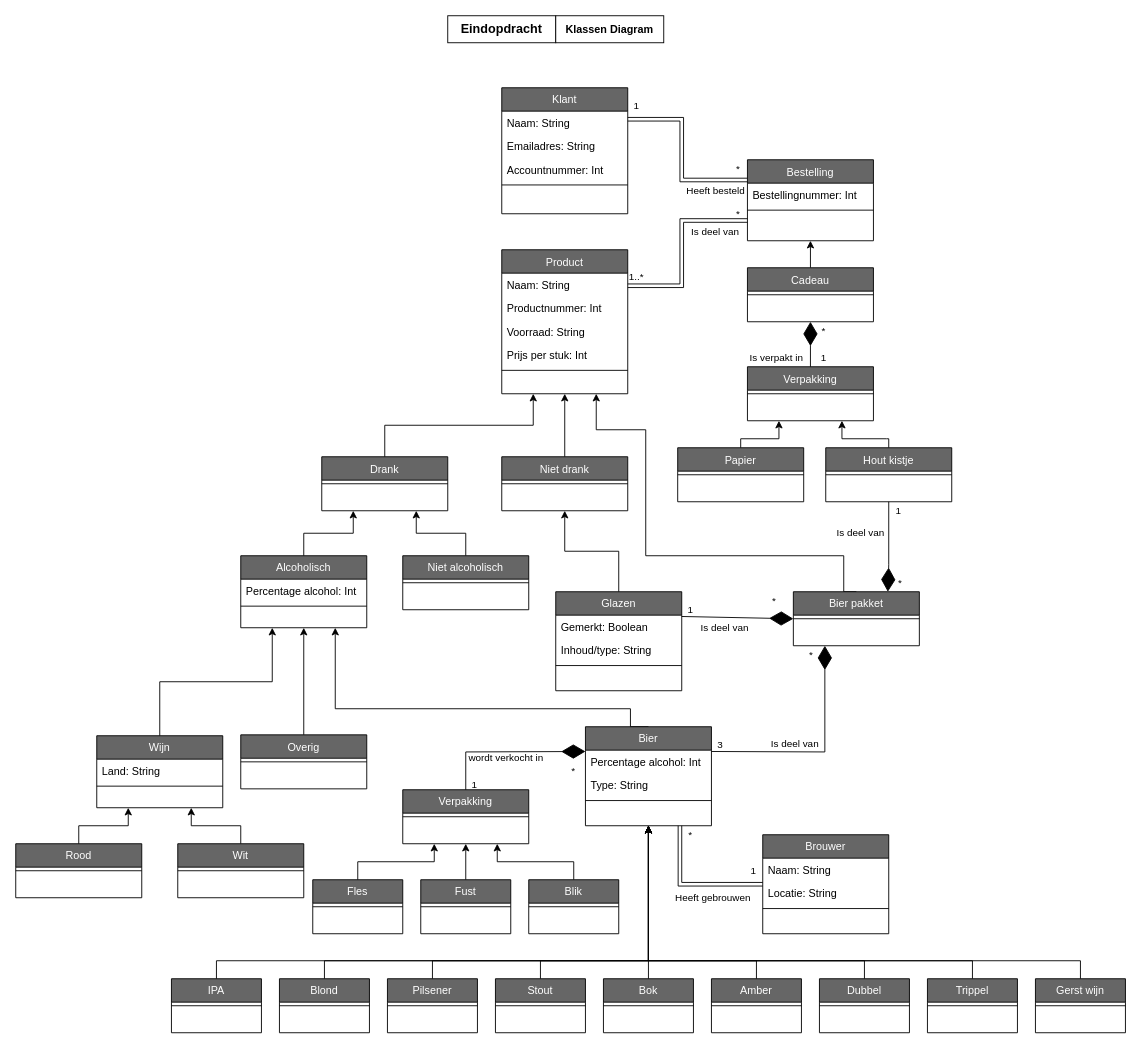
Before: page "Class_diagram" (5 of 5) of ProcesanalyseEindopdracht.drawio in EMB20/Procesanalyse, a draw.io diagram. Source tidied: cells renumbered, new cells numbered last; positions are measured from the earlier drawing's top-left corner, leaving out a move shared by most shapes. Both pictures are drawn from the tidied source at 90%, with x=0, y=0 at pixel (15, 15).
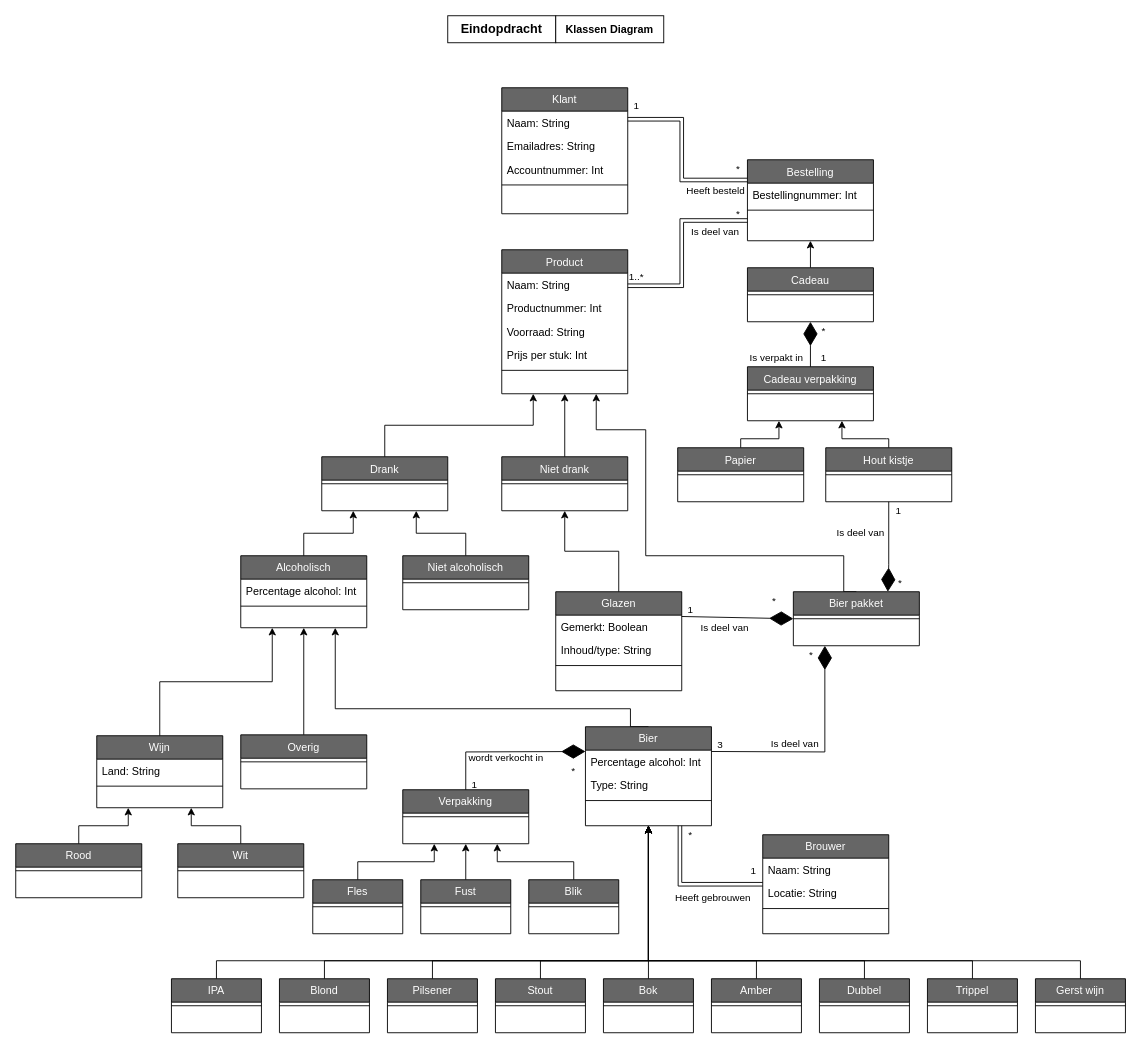
Above is the later version.

What changed in the source:
```diff
@@
-    <mxCell id="115" value="Verpakking" style="swimlane;fontStyle=0;align=center;verticalAlign=top;horizontal=1;startSize=26;rounded=0;shadow=0;strokeWidth=1;fillColor=#666666;fontColor=#FFFFFF;" parent="1" vertex="1">
+    <mxCell id="115" value="Cadeau verpakking" style="swimlane;fontStyle=0;align=center;verticalAlign=top;horizontal=1;startSize=26;rounded=0;shadow=0;strokeWidth=1;fillColor=#666666;fontColor=#FFFFFF;" parent="1" vertex="1">
       <mxGeometry x="813" y="390" width="140" height="60" as="geometry" />
     </mxCell>
```
